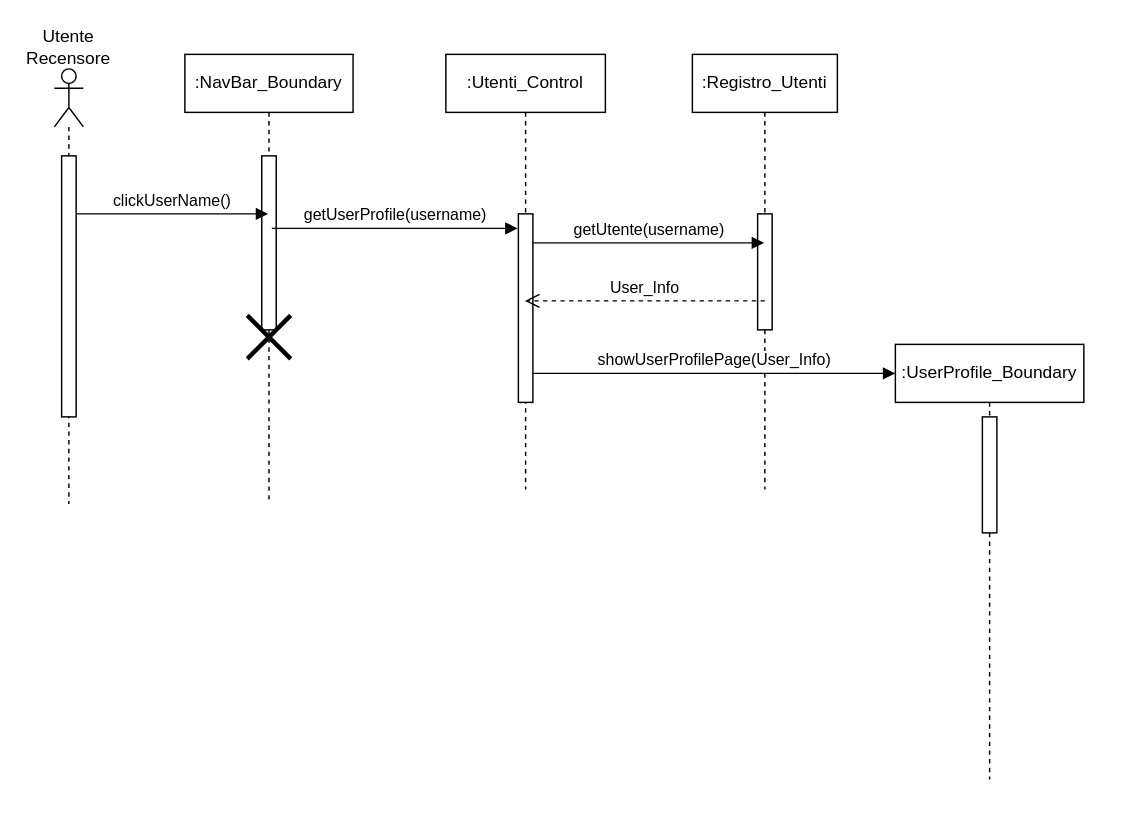
Earlier version of the draw.io diagram New Diagrams/Sequence Diagrams/UC11 Visualizzazione profilo personale.drawio (superfra01/Rated). Source tidied: cells renumbered, new cells numbered last; positions are measured from the earlier drawing's top-left corner, leaving out a move shared by most shapes. Both pictures are drawn from the tidied source at 145%, with x=0, y=0 at pixel (25, 25).
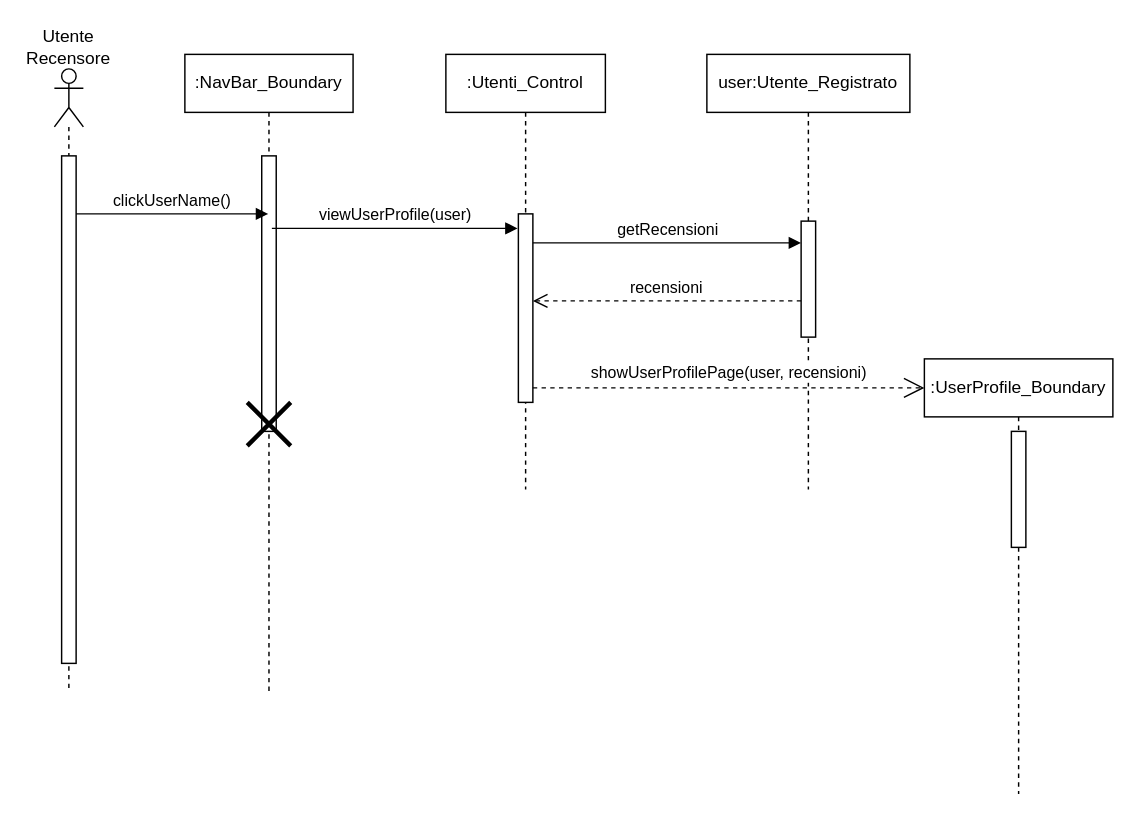
Above is the later version.

Unchanged cells that the change refers to:
```xml
<mxCell id="8" value=":Utenti_Control" style="shape=umlLifeline;perimeter=lifelinePerimeter;whiteSpace=wrap;html=1;outlineConnect=0;portConstraint=eastwest;newEdgeStyle={&quot;curved&quot;:0,&quot;rounded&quot;:0};" parent="1" vertex="1">
  <mxGeometry x="290" y="20" width="110" height="300" as="geometry" />
</mxCell>
<mxCell id="9" style="html=1;points=[[0,0,0,0,5],[0,1,0,0,-5],[1,0,0,0,5],[1,1,0,0,-5]];perimeter=orthogonalPerimeter;outlineConnect=0;targetShapes=umlLifeline;portConstraint=eastwest;newEdgeStyle={&quot;curved&quot;:0,&quot;rounded&quot;:0};" parent="8" vertex="1">
  <mxGeometry x="50" y="110" width="10" height="130" as="geometry" />
</mxCell>
```

Change to the diagram source:
```diff
@@
     <mxCell id="2" style="shape=umlLifeline;perimeter=lifelinePerimeter;whiteSpace=wrap;html=1;newEdgeStyle={&quot;curved&quot;:0,&quot;rounded&quot;:0};participant=umlActor;" parent="1" vertex="1">
-      <mxGeometry x="20" y="30" width="20" height="300" as="geometry" />
+      <mxGeometry x="20" y="30" width="20" height="430" as="geometry" />
     </mxCell>
     <mxCell id="3" style="html=1;perimeter=orthogonalPerimeter;targetShapes=umlLifeline;newEdgeStyle={&quot;curved&quot;:0,&quot;rounded&quot;:0};" parent="2" vertex="1">
-      <mxGeometry x="5" y="60" width="10" height="180" as="geometry" />
+      <mxGeometry x="5" y="60" width="10" height="350" as="geometry" />
     </mxCell>
     <mxCell id="4" value=":NavBar_Boundary" style="shape=umlLifeline;perimeter=lifelinePerimeter;whiteSpace=wrap;html=1;newEdgeStyle={&quot;curved&quot;:0,&quot;rounded&quot;:0};" parent="1" vertex="1">
-      <mxGeometry x="110" y="20" width="116" height="310" as="geometry" />
+      <mxGeometry x="110" y="20" width="116" height="440" as="geometry" />
     </mxCell>
     <mxCell id="5" style="html=1;perimeter=orthogonalPerimeter;targetShapes=umlLifeline;newEdgeStyle={&quot;curved&quot;:0,&quot;rounded&quot;:0};" parent="4" vertex="1">
-      <mxGeometry x="53" y="70" width="10" height="120" as="geometry" />
+      <mxGeometry x="53" y="70" width="10" height="190" as="geometry" />
     </mxCell>
     <mxCell id="6" style="shape=umlDestroy;whiteSpace=wrap;html=1;strokeWidth=3;targetShapes=umlLifeline;" parent="4" vertex="1">
-      <mxGeometry x="43" y="180" width="30" height="30" as="geometry" />
+      <mxGeometry x="43" y="240" width="30" height="30" as="geometry" />
     </mxCell>
@@
-    <mxCell id="10" value="getUserProfile(username)" style="html=1;verticalAlign=bottom;endArrow=block;curved=0;rounded=0;" parent="1" edge="1">
+    <mxCell id="10" value="viewUserProfile(user)" style="html=1;verticalAlign=bottom;endArrow=block;curved=0;rounded=0;" parent="1" edge="1">
       <mxGeometry relative="1" as="geometry">
         <mxPoint x="170" y="140" as="sourcePoint" />
         <mxPoint x="339.5" y="140" as="targetPoint" />
       </mxGeometry>
     </mxCell>
-    <mxCell id="11" value=":Registro_Utenti" style="shape=umlLifeline;perimeter=lifelinePerimeter;whiteSpace=wrap;html=1;outlineConnect=0;portConstraint=eastwest;newEdgeStyle={&quot;curved&quot;:0,&quot;rounded&quot;:0};" parent="1" vertex="1">
-      <mxGeometry x="460" y="20" width="100" height="300" as="geometry" />
+    <mxCell id="11" value="user:Utente_Registrato" style="shape=umlLifeline;perimeter=lifelinePerimeter;whiteSpace=wrap;html=1;outlineConnect=0;portConstraint=eastwest;newEdgeStyle={&quot;curved&quot;:0,&quot;rounded&quot;:0};" parent="1" vertex="1">
+      <mxGeometry x="470" y="20" width="140" height="300" as="geometry" />
     </mxCell>
     <mxCell id="12" style="html=1;points=[[0,0,0,0,5],[0,1,0,0,-5],[1,0,0,0,5],[1,1,0,0,-5]];perimeter=orthogonalPerimeter;outlineConnect=0;targetShapes=umlLifeline;portConstraint=eastwest;newEdgeStyle={&quot;curved&quot;:0,&quot;rounded&quot;:0};" parent="11" vertex="1">
-      <mxGeometry x="45" y="110" width="10" height="80" as="geometry" />
+      <mxGeometry x="65" y="115" width="10" height="80" as="geometry" />
     </mxCell>
-    <mxCell id="13" value="getUtente(username)" style="html=1;verticalAlign=bottom;endArrow=block;curved=0;rounded=0;" parent="1" edge="1" target="11">
+    <mxCell id="13" value="getRecensioni" style="html=1;verticalAlign=bottom;endArrow=block;curved=0;rounded=0;" parent="1" edge="1" target="12">
       <mxGeometry relative="1" as="geometry">
         <mxPoint x="350" y="150" as="sourcePoint" />
       </mxGeometry>
     </mxCell>
-    <mxCell id="14" value="User_Info" style="html=1;verticalAlign=bottom;endArrow=open;dashed=1;endSize=8;curved=0;rounded=0;" parent="1" edge="1" target="8">
+    <mxCell id="14" value="recensioni" style="html=1;verticalAlign=bottom;endArrow=open;dashed=1;endSize=8;curved=0;rounded=0;" parent="1" edge="1" source="12">
       <mxGeometry relative="1" as="geometry">
-        <mxPoint x="510" y="190" as="sourcePoint" />
+        <mxPoint x="350" y="190" as="targetPoint" />
       </mxGeometry>
     </mxCell>
-    <mxCell id="15" value="showUserProfilePage(User_Info)" style="html=1;verticalAlign=bottom;endArrow=block;curved=0;rounded=0;" parent="1" edge="1">
-      <mxGeometry relative="1" as="geometry">
-        <mxPoint x="350" y="240" as="sourcePoint" />
-        <mxPoint x="600" y="240" as="targetPoint" />
-      </mxGeometry>
-    </mxCell>
     <mxCell id="16" value=":UserProfile_Boundary" style="shape=umlLifeline;perimeter=lifelinePerimeter;whiteSpace=wrap;html=1;newEdgeStyle={&quot;curved&quot;:0,&quot;rounded&quot;:0};" parent="1" vertex="1">
-      <mxGeometry x="600" y="220" width="130" height="300" as="geometry" />
+      <mxGeometry x="620" y="230" width="130" height="300" as="geometry" />
     </mxCell>
@@
+    <mxCell id="19" value="showUserProfilePage(user, recensioni)" style="endArrow=open;endSize=12;dashed=1;html=1;rounded=0;" parent="1" edge="1" source="9">
+      <mxGeometry y="10" relative="1" as="geometry">
+        <mxPoint x="620" y="250" as="targetPoint" />
+      </mxGeometry>
+    </mxCell>
```
